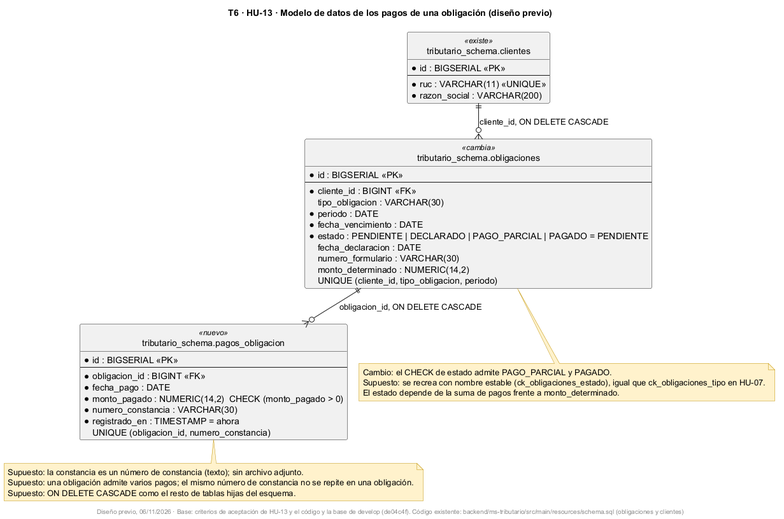
fabianrodriguez33/plus-contable keeps this PlantUML diagram as docs/uml/img/T6-HU13-er-pagos.png. Above is the earlier version. Source of this version:
```plantuml
@startuml
!pragma layout smetana
title T6 · HU-13 · Modelo de datos de los pagos de una obligación (diseño previo)
skinparam shadowing false
skinparam noteBackgroundColor #FFF2CC
skinparam noteBorderColor #BF9000
hide circle

entity "tributario_schema.clientes" as clientes <<existe>> {
  * id : BIGSERIAL <<PK>>
  --
  * ruc : VARCHAR(11) <<UNIQUE>>
  * razon_social : VARCHAR(200)
}

entity "tributario_schema.obligaciones" as obligaciones <<cambia>> {
  * id : BIGSERIAL <<PK>>
  --
  * cliente_id : BIGINT <<FK>>
    tipo_obligacion : VARCHAR(30)
  * periodo : DATE
  * fecha_vencimiento : DATE
  * estado : PENDIENTE | DECLARADO | PAGO_PARCIAL | PAGADO = PENDIENTE
    fecha_declaracion : DATE
    numero_formulario : VARCHAR(30)
    monto_determinado : NUMERIC(14,2)
  UNIQUE (cliente_id, tipo_obligacion, periodo)
}

entity "tributario_schema.pagos_obligacion" as pagos <<nuevo>> {
  * id : BIGSERIAL <<PK>>
  --
  * obligacion_id : BIGINT <<FK>>
  * fecha_pago : DATE
  * monto_pagado : NUMERIC(14,2)  CHECK (monto_pagado > 0)
  * numero_constancia : VARCHAR(30)
  * registrado_en : TIMESTAMP = ahora
  UNIQUE (obligacion_id, numero_constancia)
}

clientes ||--o{ obligaciones : cliente_id, ON DELETE CASCADE
obligaciones ||--o{ pagos : obligacion_id, ON DELETE CASCADE

note bottom of obligaciones
  Cambio: el CHECK de estado admite PAGO_PARCIAL y PAGADO.
  Supuesto: se recrea con nombre estable (ck_obligaciones_estado), igual que ck_obligaciones_tipo en HU-07.
  El estado depende de la suma de pagos frente a monto_determinado.
end note

note bottom of pagos
  Supuesto: la constancia es un número de constancia (texto); sin archivo adjunto.
  Supuesto: una obligación admite varios pagos; el mismo número de constancia no se repite en una obligación.
  Supuesto: ON DELETE CASCADE como el resto de tablas hijas del esquema.
end note

footer Diseño previo, 06/11/2026 · Base: criterios de aceptación de HU-13 y el código y la base de develop (de04c4f). Código existente: backend/ms-tributario/src/main/resources/schema.sql (obligaciones y clientes)
@enduml
```
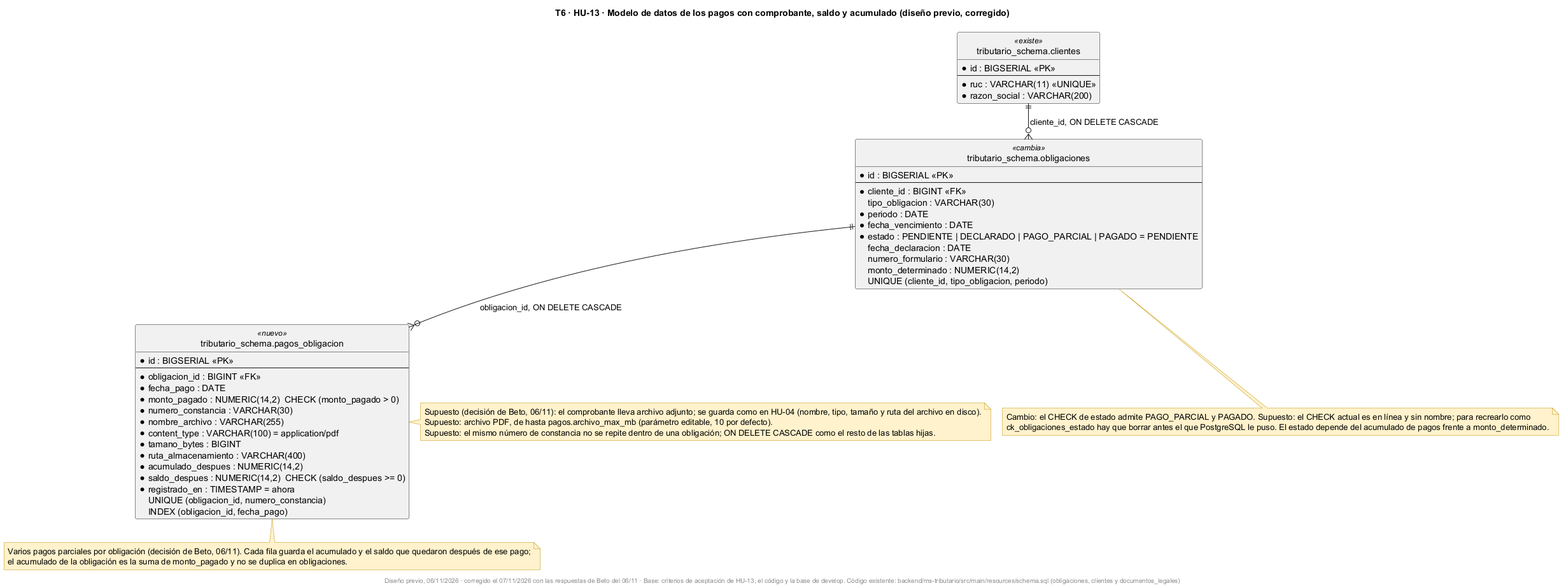
After the change.

Commit message:
docs: corregir el diseño previo de HU-13 con las respuestas de Beto (T6)

What changed in the source:
```diff
@@ -1,6 +1,6 @@
 @startuml
 !pragma layout smetana
-title T6 · HU-13 · Modelo de datos de los pagos de una obligación (diseño previo)
+title T6 · HU-13 · Modelo de datos de los pagos con comprobante, saldo y acumulado (diseño previo, corregido)
 skinparam shadowing false
 skinparam noteBackgroundColor #FFF2CC
 skinparam noteBorderColor #BF9000
@@ -12,7 +12,6 @@
   * ruc : VARCHAR(11) <<UNIQUE>>
   * razon_social : VARCHAR(200)
 }
-
 entity "tributario_schema.obligaciones" as obligaciones <<cambia>> {
   * id : BIGSERIAL <<PK>>
   --
@@ -26,7 +25,6 @@
     monto_determinado : NUMERIC(14,2)
   UNIQUE (cliente_id, tipo_obligacion, periodo)
 }
-
 entity "tributario_schema.pagos_obligacion" as pagos <<nuevo>> {
   * id : BIGSERIAL <<PK>>
   --
@@ -34,24 +32,32 @@
   * fecha_pago : DATE
   * monto_pagado : NUMERIC(14,2)  CHECK (monto_pagado > 0)
   * numero_constancia : VARCHAR(30)
+  * nombre_archivo : VARCHAR(255)
+  * content_type : VARCHAR(100) = application/pdf
+  * tamano_bytes : BIGINT
+  * ruta_almacenamiento : VARCHAR(400)
+  * acumulado_despues : NUMERIC(14,2)
+  * saldo_despues : NUMERIC(14,2)  CHECK (saldo_despues >= 0)
   * registrado_en : TIMESTAMP = ahora
   UNIQUE (obligacion_id, numero_constancia)
+  INDEX (obligacion_id, fecha_pago)
 }
 
 clientes ||--o{ obligaciones : cliente_id, ON DELETE CASCADE
 obligaciones ||--o{ pagos : obligacion_id, ON DELETE CASCADE
 
 note bottom of obligaciones
-  Cambio: el CHECK de estado admite PAGO_PARCIAL y PAGADO.
-  Supuesto: se recrea con nombre estable (ck_obligaciones_estado), igual que ck_obligaciones_tipo en HU-07.
-  El estado depende de la suma de pagos frente a monto_determinado.
+  Cambio: el CHECK de estado admite PAGO_PARCIAL y PAGADO. Supuesto: el CHECK actual es en línea y sin nombre; para recrearlo como
+  ck_obligaciones_estado hay que borrar antes el que PostgreSQL le puso. El estado depende del acumulado de pagos frente a monto_determinado.
 end note
-
 note bottom of pagos
-  Supuesto: la constancia es un número de constancia (texto); sin archivo adjunto.
-  Supuesto: una obligación admite varios pagos; el mismo número de constancia no se repite en una obligación.
-  Supuesto: ON DELETE CASCADE como el resto de tablas hijas del esquema.
+  Varios pagos parciales por obligación (decisión de Beto, 06/11). Cada fila guarda el acumulado y el saldo que quedaron después de ese pago;
+  el acumulado de la obligación es la suma de monto_pagado y no se duplica en obligaciones.
 end note
-
-footer Diseño previo, 06/11/2026 · Base: criterios de aceptación de HU-13 y el código y la base de develop (de04c4f). Código existente: backend/ms-tributario/src/main/resources/schema.sql (obligaciones y clientes)
+note right of pagos
+  Supuesto (decisión de Beto, 06/11): el comprobante lleva archivo adjunto; se guarda como en HU-04 (nombre, tipo, tamaño y ruta del archivo en disco).
+  Supuesto: archivo PDF, de hasta pagos.archivo_max_mb (parámetro editable, 10 por defecto).
+  Supuesto: el mismo número de constancia no se repite dentro de una obligación; ON DELETE CASCADE como el resto de las tablas hijas.
+end note
+footer Diseño previo, 06/11/2026 · corregido el 07/11/2026 con las respuestas de Beto del 06/11 · Base: criterios de aceptación de HU-13, el código y la base de develop. Código existente: backend/ms-tributario/src/main/resources/schema.sql (obligaciones, clientes y documentos_legales)
 @enduml
```
